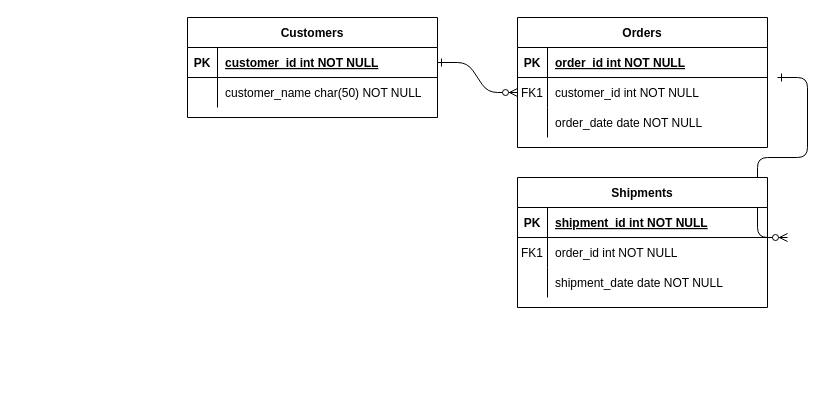
HarshhFarkiya/NucleusTeq-Training keeps this draw.io diagram as Untitled Diagram.drawio. Above is the earlier version. Source tidied: cells renumbered, new cells numbered last; positions are measured from the earlier drawing's top-left corner, leaving out a move shared by most shapes. Both pictures are drawn from the tidied source at 100%, with x=0, y=0 at pixel (187, 17).
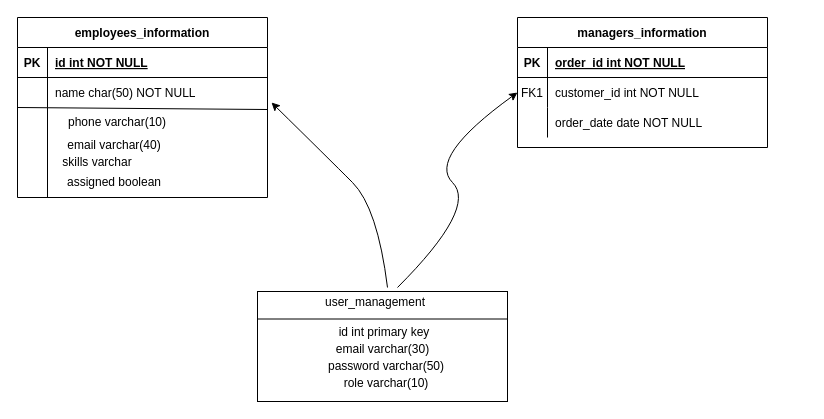
The same page after the edit.

The change refers to these unchanged cells:
```xml
<mxCell id="8" style="shape=partialRectangle;fillColor=none;points=[[0,0.5],[1,0.5]];portConstraint=eastwest;top=0;left=0;right=0;bottom=0;" parent="4" vertex="1">
  <mxGeometry y="60" width="250" height="30" as="geometry" />
</mxCell>
<mxCell id="25" style="shape=partialRectangle;fillColor=none;points=[[0,0.5],[1,0.5]];portConstraint=eastwest;top=0;left=0;right=0;bottom=1;" parent="24" vertex="1">
  <mxGeometry y="30" width="250" height="30" as="geometry" />
</mxCell>
<mxCell id="28" style="shape=partialRectangle;fillColor=none;points=[[0,0.5],[1,0.5]];portConstraint=eastwest;top=0;left=0;right=0;bottom=0;" parent="24" vertex="1">
  <mxGeometry y="60" width="250" height="30" as="geometry" />
</mxCell>
```

Change to the diagram source:
```diff
@@
-    <mxCell id="2" style="edgeStyle=entityRelationEdgeStyle;endArrow=ERzeroToMany;startArrow=ERone;endFill=1;startFill=0;" parent="1" edge="1" source="25" target="8">
-      <mxGeometry relative="1" as="geometry" />
-    </mxCell>
-    <mxCell id="3" style="edgeStyle=entityRelationEdgeStyle;endArrow=ERzeroToMany;startArrow=ERone;endFill=1;startFill=0;" parent="1" edge="1">
-      <mxGeometry relative="1" as="geometry">
-        <mxPoint x="590" y="60" as="sourcePoint" />
-        <mxPoint x="600" y="220" as="targetPoint" />
-      </mxGeometry>
-    </mxCell>
-    <mxCell id="4" value="Orders" style="shape=table;startSize=30;childLayout=tableLayout;rowLines=0;fontStyle=1;align=center;" parent="1" vertex="1">
+    <mxCell id="4" value="managers_information" style="shape=table;startSize=30;childLayout=tableLayout;rowLines=0;fontStyle=1;align=center;" parent="1" vertex="1">
       <mxGeometry x="330" width="250" height="130" as="geometry" />
     </mxCell>
@@
-    <mxCell id="14" value="Shipments" style="shape=table;startSize=30;childLayout=tableLayout;rowLines=0;fontStyle=1;align=center;" parent="1" vertex="1">
-      <mxGeometry x="330" y="160" width="250" height="130" as="geometry" />
-    </mxCell>
-    <mxCell id="15" style="shape=partialRectangle;fillColor=none;top=0;left=0;right=0;bottom=1;" parent="14" vertex="1">
-      <mxGeometry y="30" width="250" height="30" as="geometry" />
-    </mxCell>
-    <mxCell id="16" value="PK" style="shape=partialRectangle;overflow=hidden;fillColor=none;top=0;left=0;bottom=0;right=0;fontStyle=1;" parent="15" vertex="1">
-      <mxGeometry width="30" height="30" as="geometry" />
-    </mxCell>
-    <mxCell id="17" value="shipment_id int NOT NULL " style="shape=partialRectangle;overflow=hidden;fillColor=none;top=0;left=0;bottom=0;right=0;align=left;spacingLeft=6;fontStyle=5;" parent="15" vertex="1">
-      <mxGeometry x="30" width="220" height="30" as="geometry" />
-    </mxCell>
-    <mxCell id="18" style="shape=partialRectangle;fillColor=none;top=0;left=0;right=0;bottom=0;" parent="14" vertex="1">
-      <mxGeometry y="60" width="250" height="30" as="geometry" />
-    </mxCell>
-    <mxCell id="19" value="FK1" style="shape=partialRectangle;overflow=hidden;fillColor=none;top=0;left=0;bottom=0;right=0;" parent="18" vertex="1">
-      <mxGeometry width="30" height="30" as="geometry" />
-    </mxCell>
-    <mxCell id="20" value="order_id int NOT NULL" style="shape=partialRectangle;overflow=hidden;fillColor=none;top=0;left=0;bottom=0;right=0;align=left;spacingLeft=6;" parent="18" vertex="1">
-      <mxGeometry x="30" width="220" height="30" as="geometry" />
-    </mxCell>
-    <mxCell id="21" style="shape=partialRectangle;fillColor=none;top=0;left=0;right=0;bottom=0;" parent="14" vertex="1">
-      <mxGeometry y="90" width="250" height="30" as="geometry" />
-    </mxCell>
-    <mxCell id="22" style="shape=partialRectangle;overflow=hidden;fillColor=none;top=0;left=0;bottom=0;right=0;" parent="21" vertex="1">
-      <mxGeometry width="30" height="30" as="geometry" />
-    </mxCell>
-    <mxCell id="23" value="shipment_date date NOT NULL" style="shape=partialRectangle;overflow=hidden;fillColor=none;top=0;left=0;bottom=0;right=0;align=left;spacingLeft=6;" parent="21" vertex="1">
-      <mxGeometry x="30" width="220" height="30" as="geometry" />
-    </mxCell>
+    <mxCell id="31" style="group;" parent="1" vertex="1">
+      <mxGeometry x="70" y="270" width="250" height="114" as="geometry" />
+    </mxCell>
+    <mxCell id="32" style="whiteSpace=wrap;html=1;shadow=0;" parent="31" vertex="1">
+      <mxGeometry y="4" width="250" height="110" as="geometry" />
+    </mxCell>
+    <mxCell id="33" value="user_management" style="text;strokeColor=none;align=center;fillColor=none;html=1;verticalAlign=middle;whiteSpace=wrap;rounded=0;" parent="31" vertex="1">
+      <mxGeometry x="88" width="60" height="30" as="geometry" />
+    </mxCell>
+    <mxCell id="34" style="endArrow=none;html=1;rounded=0;exitX=0;exitY=0.25;exitDx=0;exitDy=0;entryX=1;entryY=0.25;entryDx=0;entryDy=0;" parent="31" edge="1" source="32" target="32">
+      <mxGeometry relative="1" as="geometry" />
+    </mxCell>
+    <mxCell id="35" value="id int primary key" style="text;strokeColor=none;align=center;fillColor=none;html=1;verticalAlign=middle;whiteSpace=wrap;rounded=0;" parent="31" vertex="1">
+      <mxGeometry x="67" y="30" width="120" height="30" as="geometry" />
+    </mxCell>
+    <mxCell id="36" value="email varchar(30)" style="text;strokeColor=none;align=center;fillColor=none;html=1;verticalAlign=middle;whiteSpace=wrap;rounded=0;" parent="31" vertex="1">
+      <mxGeometry x="63" y="47" width="125" height="30" as="geometry" />
+    </mxCell>
+    <mxCell id="37" value="password varchar(50)" style="text;strokeColor=none;align=center;fillColor=none;html=1;verticalAlign=middle;whiteSpace=wrap;rounded=0;" parent="31" vertex="1">
+      <mxGeometry x="29" y="64" width="200" height="30" as="geometry" />
+    </mxCell>
+    <mxCell id="38" value="role varchar(10)" style="text;strokeColor=none;align=center;fillColor=none;html=1;verticalAlign=middle;whiteSpace=wrap;rounded=0;" parent="31" vertex="1">
+      <mxGeometry x="29" y="81" width="200" height="30" as="geometry" />
+    </mxCell>
+    <mxCell id="39" style="group;" parent="1" vertex="1">
+      <mxGeometry x="-170" width="250" height="180" as="geometry" />
+    </mxCell>
-    <mxCell id="24" value="Customers" style="shape=table;startSize=30;childLayout=tableLayout;rowLines=0;fontStyle=1;align=center;" parent="1" vertex="1">
-      <mxGeometry width="250" height="100" as="geometry" />
+    <mxCell id="24" value="employees_information" style="shape=table;startSize=30;childLayout=tableLayout;rowLines=0;fontStyle=1;align=center;" parent="39" vertex="1">
+      <mxGeometry width="250" height="180" as="geometry" />
     </mxCell>
@@
-    <mxCell id="27" value="customer_id int NOT NULL " style="shape=partialRectangle;overflow=hidden;fillColor=none;top=0;left=0;bottom=0;right=0;align=left;spacingLeft=6;fontStyle=5;" parent="25" vertex="1">
+    <mxCell id="27" value="id int NOT NULL " style="shape=partialRectangle;overflow=hidden;fillColor=none;top=0;left=0;bottom=0;right=0;align=left;spacingLeft=6;fontStyle=5;" parent="25" vertex="1">
       <mxGeometry x="30" width="220" height="30" as="geometry" />
     </mxCell>
@@
-    <mxCell id="30" value="customer_name char(50) NOT NULL" style="shape=partialRectangle;overflow=hidden;fillColor=none;top=0;left=0;bottom=0;right=0;align=left;spacingLeft=6;" parent="28" vertex="1">
+    <mxCell id="30" value="name char(50) NOT NULL" style="shape=partialRectangle;overflow=hidden;fillColor=none;top=0;left=0;bottom=0;right=0;align=left;spacingLeft=6;" parent="28" vertex="1">
       <mxGeometry x="30" width="220" height="30" as="geometry" />
     </mxCell>
+    <mxCell id="40" style="endArrow=none;html=1;rounded=0;exitX=0;exitY=0.5;exitDx=0;exitDy=0;entryX=1;entryY=1.067;entryDx=0;entryDy=0;entryPerimeter=0;" parent="24" edge="1" source="24" target="28">
+      <mxGeometry relative="1" as="geometry" />
+    </mxCell>
+    <mxCell id="41" style="endArrow=none;html=1;rounded=0;" parent="39" edge="1">
+      <mxGeometry relative="1" as="geometry">
+        <mxPoint x="30" y="180" as="sourcePoint" />
+        <mxPoint x="30" y="90" as="targetPoint" />
+      </mxGeometry>
+    </mxCell>
+    <mxCell id="42" value="phone varchar(10)" style="text;strokeColor=none;align=center;fillColor=none;html=1;verticalAlign=middle;whiteSpace=wrap;rounded=0;" parent="39" vertex="1">
+      <mxGeometry x="30" y="90" width="140" height="30" as="geometry" />
+    </mxCell>
+    <mxCell id="43" value="email varchar(40)" style="text;strokeColor=none;align=center;fillColor=none;html=1;verticalAlign=middle;whiteSpace=wrap;rounded=0;" parent="39" vertex="1">
+      <mxGeometry x="27" y="113" width="140" height="30" as="geometry" />
+    </mxCell>
+    <mxCell id="44" value="skills varchar" style="text;strokeColor=none;align=center;fillColor=none;html=1;verticalAlign=middle;whiteSpace=wrap;rounded=0;" parent="39" vertex="1">
+      <mxGeometry x="10" y="130" width="140" height="30" as="geometry" />
+    </mxCell>
+    <mxCell id="45" value="assigned boolean" style="text;strokeColor=none;align=center;fillColor=none;html=1;verticalAlign=middle;whiteSpace=wrap;rounded=0;" parent="39" vertex="1">
+      <mxGeometry x="27" y="150" width="140" height="30" as="geometry" />
+    </mxCell>
+    <mxCell id="46" style="curved=1;endArrow=classic;html=1;rounded=0;entryX=0;entryY=0.5;entryDx=0;entryDy=0;" parent="1" edge="1" target="8">
+      <mxGeometry relative="1" as="geometry">
+        <mxPoint x="210" y="270" as="sourcePoint" />
+        <Array as="points">
+          <mxPoint x="290" y="190" />
+          <mxPoint x="240" y="140" />
+        </Array>
+      </mxGeometry>
+    </mxCell>
+    <mxCell id="47" style="curved=1;endArrow=classic;html=1;rounded=0;entryX=1.016;entryY=0.833;entryDx=0;entryDy=0;entryPerimeter=0;" parent="1" edge="1" target="28">
+      <mxGeometry relative="1" as="geometry">
+        <mxPoint x="200" y="270" as="sourcePoint" />
+        <Array as="points">
+          <mxPoint x="190" y="190" />
+          <mxPoint x="140" y="140" />
+        </Array>
+      </mxGeometry>
+    </mxCell>
```
